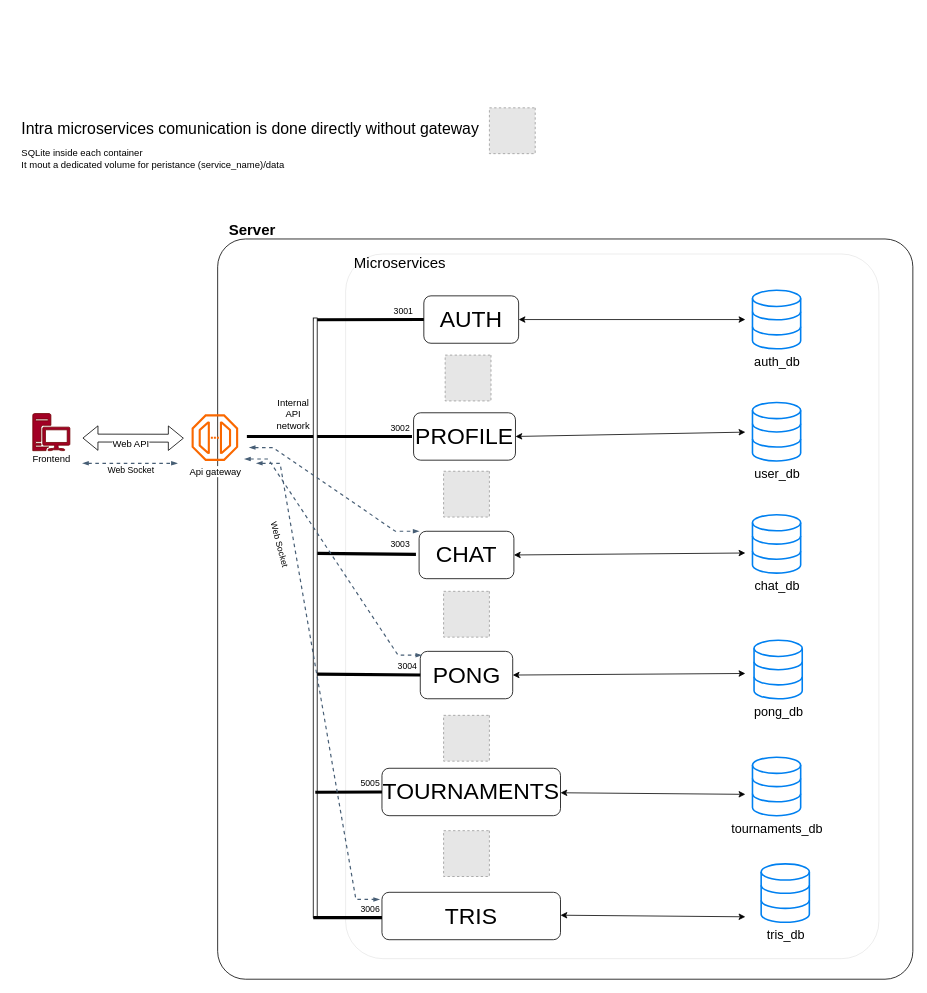
Above: docs/backend/backend_design.drawio in Sheratan095/ft_transcendence (draw.io), before the change. Source tidied: cells renumbered, new cells numbered last; positions are measured from the earlier drawing's top-left corner, leaving out a move shared by most shapes. Both pictures are drawn from the tidied source at 79%, with x=0, y=0 at pixel (13, 13). Pictures stored in the file or linked from it are replaced by grey dashed boxes.
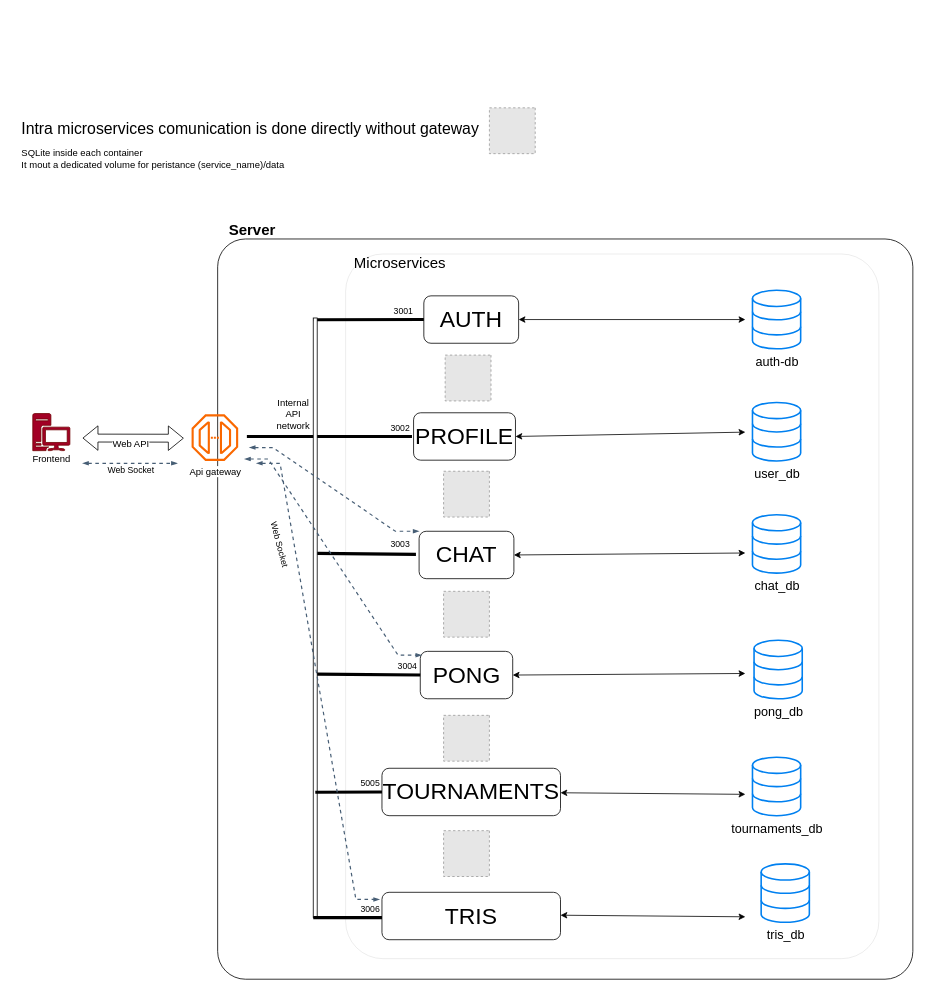
The same diagram, later.

Change to the diagram source:
```diff
@@
-    <mxCell id="27" value="auth_db" style="html=1;verticalLabelPosition=bottom;align=center;labelBackgroundColor=#ffffff;verticalAlign=top;strokeWidth=2;strokeColor=#0080F0;shadow=0;dashed=0;shape=mxgraph.ios7.icons.data;fontFamily=Helvetica;fontSize=16;fontColor=default;" parent="1" vertex="1">
+    <mxCell id="27" value="auth-db" style="html=1;verticalLabelPosition=bottom;align=center;labelBackgroundColor=#ffffff;verticalAlign=top;strokeWidth=2;strokeColor=#0080F0;shadow=0;dashed=0;shape=mxgraph.ios7.icons.data;fontFamily=Helvetica;fontSize=16;fontColor=default;" parent="1" vertex="1">
       <mxGeometry x="935" y="350" width="61" height="74" as="geometry" />
     </mxCell>
```
